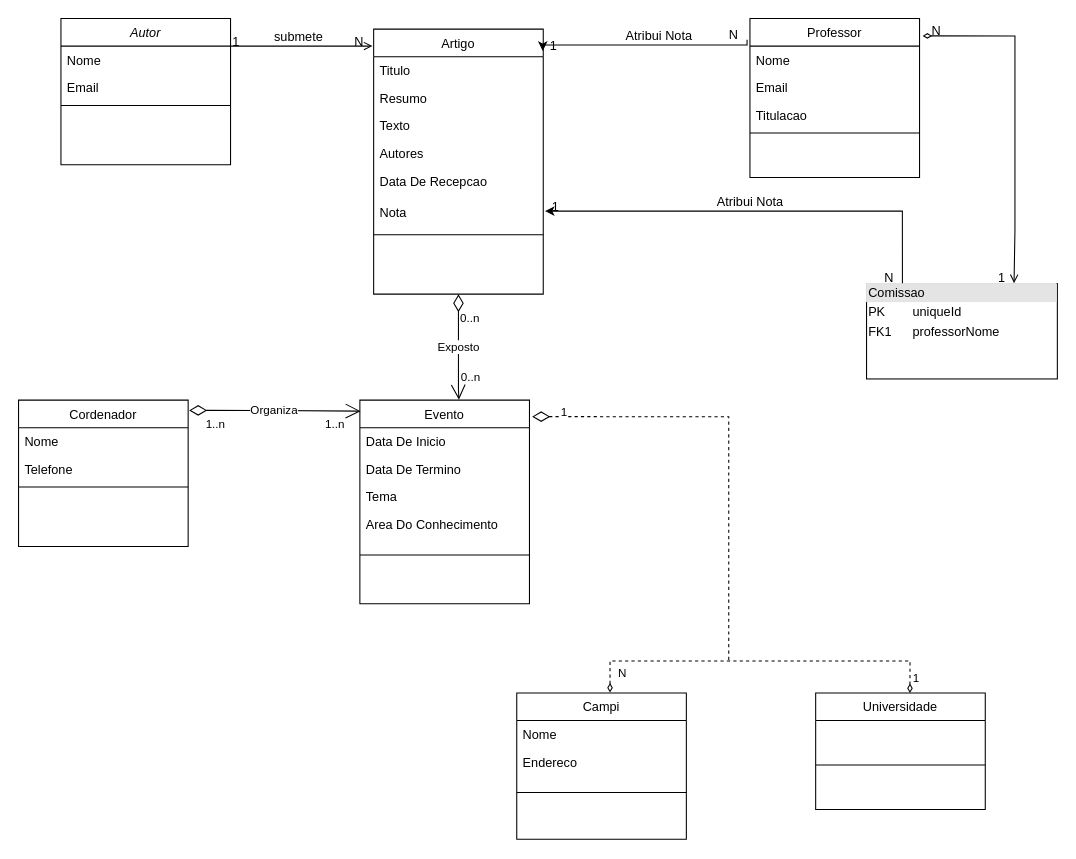
The draw.io diagram ufbna.drawio in BaagrieL/ufbna-diagrams, before the edit. Source tidied: cells renumbered, new cells numbered last; positions are measured from the earlier drawing's top-left corner, leaving out a move shared by most shapes. Both pictures are drawn from the tidied source at 106%, with x=0, y=0 at pixel (18, 18).
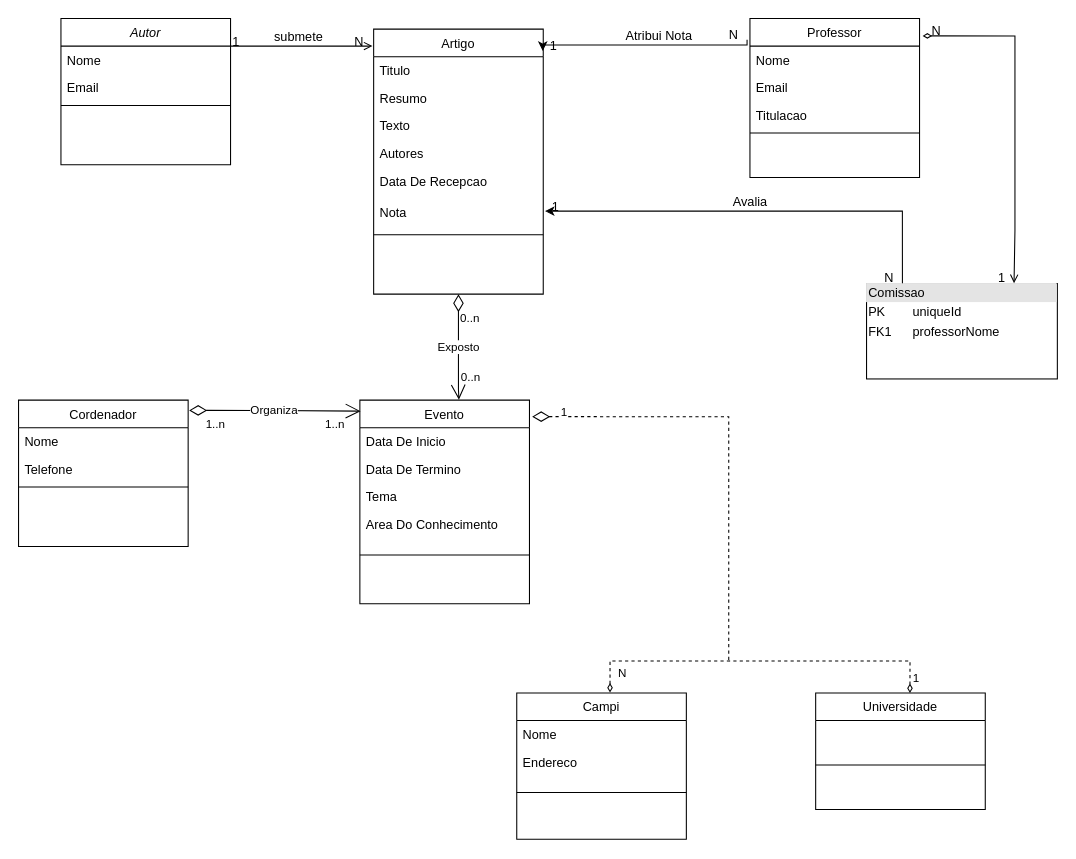
After the change.

Commit message:
Correção de relacionamento errado

Unchanged cells that the change refers to:
```xml
<mxCell id="47" style="endArrow=none;shadow=0;strokeWidth=1;rounded=0;endFill=0;entryX=0.188;entryY=-0.003;entryDx=0;entryDy=0;entryPerimeter=0;exitX=1.01;exitY=0.389;exitDx=0;exitDy=0;exitPerimeter=0;startArrow=classic;startFill=1;edgeStyle=orthogonalEdgeStyle;" parent="1" edge="1" source="22" target="33">
  <mxGeometry x="0.5" y="41" relative="1" as="geometry">
    <mxPoint x="-40" y="32" as="offset" />
  </mxGeometry>
</mxCell>
```

The edit, as a diff of the source:
```diff
@@
-    <mxCell id="50" value="Atribui Nota" style="text;html=1;align=center;verticalAlign=middle;labelBackgroundColor=none;rounded=0;shadow=0;strokeWidth=1;fontSize=12;" parent="47" vertex="1">
+    <mxCell id="50" value="Avalia" style="text;html=1;align=center;verticalAlign=middle;labelBackgroundColor=none;rounded=0;shadow=0;strokeWidth=1;fontSize=12;" parent="47" vertex="1">
       <mxGeometry x="0.5" y="49" relative="1" as="geometry">
         <mxPoint x="-111" y="40" as="offset" />
       </mxGeometry>
     </mxCell>
```
